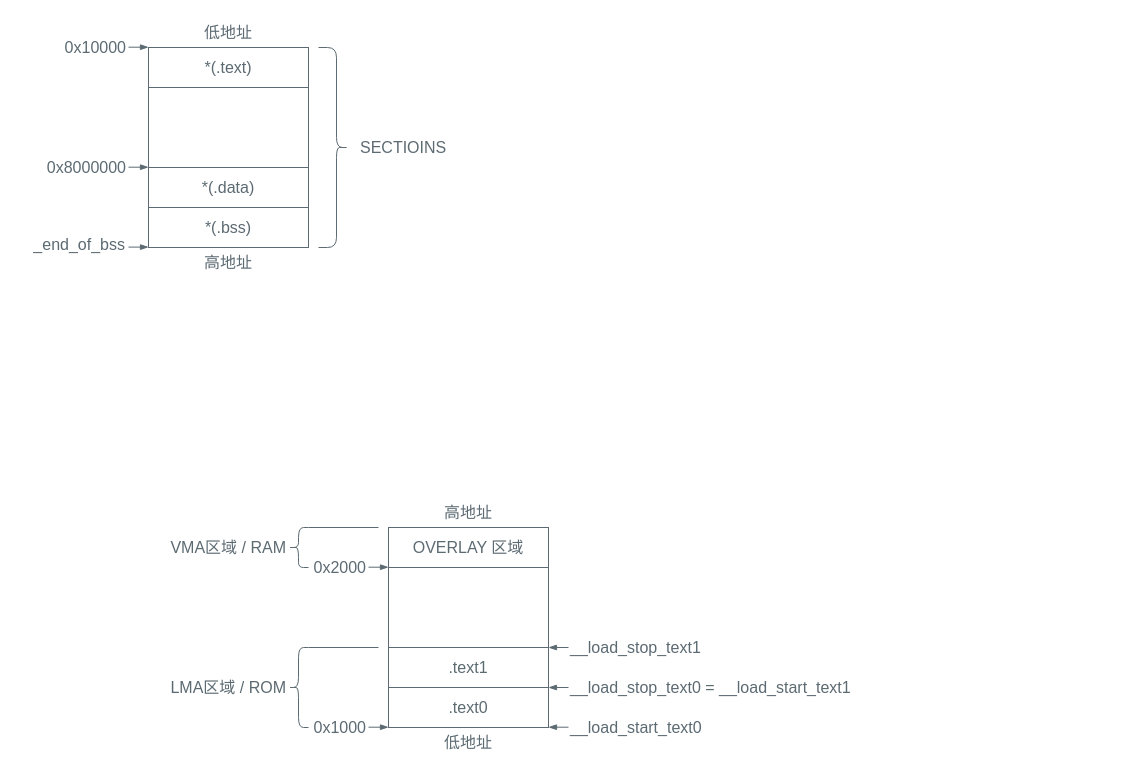
Above: content/posts/ld-linker-scripts/ld-linker-scripts.drawio in kingtuo123/blog (draw.io), before the change. Source tidied: cells renumbered, new cells numbered last; positions are measured from the earlier drawing's top-left corner, leaving out a move shared by most shapes. Both pictures are drawn from the tidied source at 100%, with x=0, y=0 at pixel (17, 17).
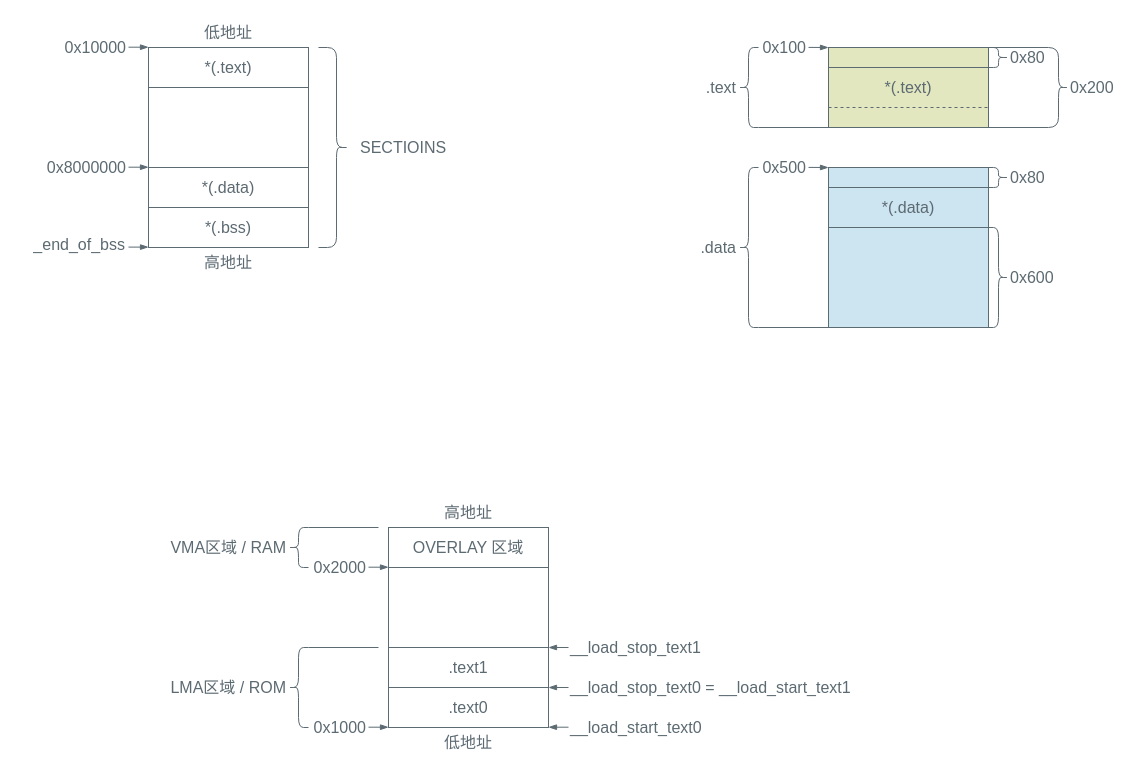
After the change.

Change to the diagram source:
```diff
@@
+    <mxCell id="38" value="&lt;font style=&quot;color: light-dark(rgb(92, 106, 114), rgb(211, 198, 170));&quot;&gt;*(.text)&lt;/font&gt;" style="rounded=0;whiteSpace=wrap;html=1;fillColor=light-dark(#8DA101,#A7C080);strokeColor=light-dark(#5C6A72,#D3C6AA);fontColor=light-dark(#5C6A72,#D3C6AA);fontFamily=LXGW WenKai Mono;fontSize=16;strokeOpacity=100;fillOpacity=25;" parent="1" vertex="1">
+      <mxGeometry x="811" y="30" width="160" height="80" as="geometry" />
+    </mxCell>
+    <mxCell id="39" style="rounded=0;whiteSpace=wrap;html=1;fillColor=light-dark(#3A94C5,#7FBBB3);strokeColor=light-dark(#5C6A72,#D3C6AA);fontColor=light-dark(#5C6A72,#D3C6AA);fontFamily=LXGW WenKai Mono;fontSize=16;fillOpacity=25;" parent="1" vertex="1">
+      <mxGeometry x="811" y="150" width="160" height="160" as="geometry" />
+    </mxCell>
+    <mxCell id="40" style="shape=curlyBracket;whiteSpace=wrap;html=1;rounded=1;flipH=1;labelPosition=right;verticalLabelPosition=middle;align=left;verticalAlign=middle;legacyAnchorPoints=0;fontColor=light-dark(#5C6A72,#D3C6AA);strokeColor=light-dark(#5C6A72,#D3C6AA);fillColor=none;size=0.125;" parent="1" vertex="1">
+      <mxGeometry x="971" y="30" width="80" height="80" as="geometry" />
+    </mxCell>
+    <mxCell id="41" value="&lt;div&gt;&lt;font style=&quot;color: light-dark(rgb(92, 106, 114), rgb(211, 198, 170));&quot;&gt;0x200&amp;nbsp;&lt;/font&gt;&lt;/div&gt;" style="rounded=0;whiteSpace=wrap;html=1;fillColor=none;strokeColor=none;fontColor=light-dark(#5C6A72,#D3C6AA);align=left;fontFamily=LXGW WenKai Mono;fontSize=16;" parent="1" vertex="1">
+      <mxGeometry x="1051" y="55" width="50" height="30" as="geometry" />
+    </mxCell>
+    <mxCell id="42" style="shape=curlyBracket;whiteSpace=wrap;html=1;rounded=1;flipH=1;labelPosition=right;verticalLabelPosition=middle;align=left;verticalAlign=middle;legacyAnchorPoints=0;fontColor=light-dark(#5C6A72,#D3C6AA);strokeColor=light-dark(#5C6A72,#D3C6AA);fillColor=none;size=0.5;" parent="1" vertex="1">
+      <mxGeometry x="971" y="210" width="20" height="100" as="geometry" />
+    </mxCell>
+    <mxCell id="43" value="&lt;div&gt;&lt;font style=&quot;color: light-dark(rgb(92, 106, 114), rgb(211, 198, 170));&quot;&gt;0x600&lt;/font&gt;&lt;/div&gt;" style="rounded=0;whiteSpace=wrap;html=1;fillColor=none;strokeColor=none;fontColor=light-dark(#5C6A72,#D3C6AA);align=left;fontFamily=LXGW WenKai Mono;fontSize=16;" parent="1" vertex="1">
+      <mxGeometry x="991" y="245" width="60" height="30" as="geometry" />
+    </mxCell>
+    <mxCell id="44" style="endArrow=blockThin;html=1;rounded=0;fontColor=light-dark(#5C6A72,#D3C6AA);labelBackgroundColor=none;strokeColor=light-dark(#5C6A72,#D3C6AA);endFill=1;fontFamily=LXGW WenKai Mono;fontSize=16;entryX=0;entryY=0.5;entryDx=0;entryDy=0;" parent="1" edge="1">
+      <mxGeometry relative="1" as="geometry">
+        <mxPoint x="791" y="29.9" as="sourcePoint" />
+        <mxPoint x="811" y="30" as="targetPoint" />
+      </mxGeometry>
+    </mxCell>
+    <mxCell id="45" value="&lt;div&gt;&lt;font style=&quot;color: light-dark(rgb(92, 106, 114), rgb(211, 198, 170));&quot;&gt;0x100&lt;/font&gt;&lt;/div&gt;" style="rounded=0;whiteSpace=wrap;html=1;fillColor=none;strokeColor=none;fontColor=light-dark(#5C6A72,#D3C6AA);align=right;fontFamily=LXGW WenKai Mono;fontSize=16;" parent="1" vertex="1">
+      <mxGeometry x="731" y="15" width="60" height="30" as="geometry" />
+    </mxCell>
+    <mxCell id="46" style="endArrow=blockThin;html=1;rounded=0;fontColor=light-dark(#5C6A72,#D3C6AA);labelBackgroundColor=none;strokeColor=light-dark(#5C6A72,#D3C6AA);endFill=1;fontFamily=LXGW WenKai Mono;fontSize=16;entryX=0;entryY=0.5;entryDx=0;entryDy=0;" parent="1" edge="1">
+      <mxGeometry relative="1" as="geometry">
+        <mxPoint x="791" y="149.9" as="sourcePoint" />
+        <mxPoint x="811" y="150" as="targetPoint" />
+      </mxGeometry>
+    </mxCell>
+    <mxCell id="47" value="&lt;div&gt;&lt;font style=&quot;color: light-dark(rgb(92, 106, 114), rgb(211, 198, 170));&quot;&gt;0x500&lt;/font&gt;&lt;/div&gt;" style="rounded=0;whiteSpace=wrap;html=1;fillColor=none;strokeColor=none;fontColor=light-dark(#5C6A72,#D3C6AA);align=right;fontFamily=LXGW WenKai Mono;fontSize=16;" parent="1" vertex="1">
+      <mxGeometry x="731" y="135" width="60" height="30" as="geometry" />
+    </mxCell>
+    <mxCell id="48" value="&lt;div&gt;&lt;font style=&quot;color: light-dark(rgb(92, 106, 114), rgb(211, 198, 170));&quot;&gt;.text&lt;/font&gt;&lt;/div&gt;" style="rounded=0;whiteSpace=wrap;html=1;fillColor=none;strokeColor=none;fontColor=light-dark(#5C6A72,#D3C6AA);align=right;fontFamily=LXGW WenKai Mono;fontSize=16;" parent="1" vertex="1">
+      <mxGeometry x="671" y="55" width="50" height="30" as="geometry" />
+    </mxCell>
+    <mxCell id="49" style="shape=curlyBracket;whiteSpace=wrap;html=1;rounded=1;labelPosition=left;verticalLabelPosition=middle;align=right;verticalAlign=middle;strokeColor=light-dark(#5C6A72,#D3C6AA);fontFamily=LXGW WenKai Mono;fontSize=16;" parent="1" vertex="1">
+      <mxGeometry x="721" y="30" width="20" height="80" as="geometry" />
+    </mxCell>
+    <mxCell id="50" style="endArrow=none;html=1;rounded=0;fontColor=light-dark(#5C6A72,#D3C6AA);strokeColor=light-dark(#5C6A72,#D3C6AA);fontFamily=LXGW WenKai Mono;fontSize=16;" parent="1" edge="1">
+      <mxGeometry relative="1" as="geometry">
+        <mxPoint x="811" y="110" as="sourcePoint" />
+        <mxPoint x="741" y="110" as="targetPoint" />
+      </mxGeometry>
+    </mxCell>
+    <mxCell id="51" style="shape=curlyBracket;whiteSpace=wrap;html=1;rounded=1;labelPosition=left;verticalLabelPosition=middle;align=right;verticalAlign=middle;strokeColor=light-dark(#5C6A72,#D3C6AA);fontFamily=LXGW WenKai Mono;fontSize=16;" parent="1" vertex="1">
+      <mxGeometry x="721" y="150" width="20" height="160" as="geometry" />
+    </mxCell>
+    <mxCell id="52" style="endArrow=none;html=1;rounded=0;fontColor=light-dark(#5C6A72,#D3C6AA);strokeColor=light-dark(#5C6A72,#D3C6AA);fontFamily=LXGW WenKai Mono;fontSize=16;" parent="1" edge="1">
+      <mxGeometry relative="1" as="geometry">
+        <mxPoint x="811" y="310" as="sourcePoint" />
+        <mxPoint x="741" y="310" as="targetPoint" />
+      </mxGeometry>
+    </mxCell>
+    <mxCell id="53" value="&lt;div&gt;&lt;font style=&quot;color: light-dark(rgb(92, 106, 114), rgb(211, 198, 170));&quot;&gt;.data&lt;/font&gt;&lt;/div&gt;" style="rounded=0;whiteSpace=wrap;html=1;fillColor=none;strokeColor=none;fontColor=light-dark(#5C6A72,#D3C6AA);align=right;fontFamily=LXGW WenKai Mono;fontSize=16;" parent="1" vertex="1">
+      <mxGeometry x="671" y="215" width="50" height="30" as="geometry" />
+    </mxCell>
+    <mxCell id="54" style="shape=curlyBracket;whiteSpace=wrap;html=1;rounded=1;flipH=1;labelPosition=right;verticalLabelPosition=middle;align=left;verticalAlign=middle;legacyAnchorPoints=0;fontColor=light-dark(#5C6A72,#D3C6AA);strokeColor=light-dark(#5C6A72,#D3C6AA);fillColor=none;size=0.5;" parent="1" vertex="1">
+      <mxGeometry x="971" y="150" width="20" height="20" as="geometry" />
+    </mxCell>
+    <mxCell id="55" value="&lt;div&gt;&lt;font style=&quot;color: light-dark(rgb(92, 106, 114), rgb(211, 198, 170));&quot;&gt;0x80&amp;nbsp;&lt;/font&gt;&lt;/div&gt;" style="rounded=0;whiteSpace=wrap;html=1;fillColor=none;strokeColor=none;fontColor=light-dark(#5C6A72,#D3C6AA);align=left;fontFamily=LXGW WenKai Mono;fontSize=16;" parent="1" vertex="1">
+      <mxGeometry x="991" y="145" width="50" height="30" as="geometry" />
+    </mxCell>
+    <mxCell id="56" style="shape=curlyBracket;whiteSpace=wrap;html=1;rounded=1;flipH=1;labelPosition=right;verticalLabelPosition=middle;align=left;verticalAlign=middle;legacyAnchorPoints=0;fontColor=light-dark(#5C6A72,#D3C6AA);strokeColor=light-dark(#5C6A72,#D3C6AA);fillColor=none;size=0.5;" parent="1" vertex="1">
+      <mxGeometry x="971" y="30" width="20" height="20" as="geometry" />
+    </mxCell>
+    <mxCell id="57" value="&lt;div&gt;&lt;font style=&quot;color: light-dark(rgb(92, 106, 114), rgb(211, 198, 170));&quot;&gt;0x80&amp;nbsp;&lt;/font&gt;&lt;/div&gt;" style="rounded=0;whiteSpace=wrap;html=1;fillColor=none;strokeColor=none;fontColor=light-dark(#5C6A72,#D3C6AA);align=left;fontFamily=LXGW WenKai Mono;fontSize=16;" parent="1" vertex="1">
+      <mxGeometry x="991" y="25" width="50" height="30" as="geometry" />
+    </mxCell>
+    <mxCell id="58" style="endArrow=none;html=1;rounded=0;strokeColor=light-dark(#5C6A72,#D3C6AA);exitX=0;exitY=0.25;exitDx=0;exitDy=0;entryX=1;entryY=0.25;entryDx=0;entryDy=0;" parent="1" edge="1" source="38" target="38">
+      <mxGeometry relative="1" as="geometry" />
+    </mxCell>
+    <mxCell id="59" style="endArrow=none;dashed=1;html=1;rounded=0;strokeColor=light-dark(#5C6A72,#D3C6AA);exitX=0;exitY=0.25;exitDx=0;exitDy=0;entryX=1;entryY=0.25;entryDx=0;entryDy=0;" parent="1" edge="1">
+      <mxGeometry relative="1" as="geometry">
+        <mxPoint x="811" y="90" as="sourcePoint" />
+        <mxPoint x="971" y="90" as="targetPoint" />
+      </mxGeometry>
+    </mxCell>
+    <mxCell id="60" value="&lt;font style=&quot;color: light-dark(rgb(92, 106, 114), rgb(211, 198, 170));&quot;&gt;*(.data)&lt;/font&gt;" style="rounded=0;whiteSpace=wrap;html=1;fillColor=none;strokeColor=none;fontColor=light-dark(#5C6A72,#D3C6AA);fontFamily=LXGW WenKai Mono;fontSize=16;fillOpacity=25;" parent="1" vertex="1">
+      <mxGeometry x="811" y="170" width="160" height="40" as="geometry" />
+    </mxCell>
+    <mxCell id="61" style="endArrow=none;html=1;rounded=0;strokeColor=light-dark(#5C6A72,#D3C6AA);exitX=0;exitY=0.25;exitDx=0;exitDy=0;entryX=1;entryY=0.25;entryDx=0;entryDy=0;" parent="1" edge="1">
+      <mxGeometry relative="1" as="geometry">
+        <mxPoint x="811" y="170" as="sourcePoint" />
+        <mxPoint x="971" y="170" as="targetPoint" />
+      </mxGeometry>
+    </mxCell>
+    <mxCell id="62" style="endArrow=none;html=1;rounded=0;strokeColor=light-dark(#5C6A72,#D3C6AA);exitX=0;exitY=0.25;exitDx=0;exitDy=0;entryX=1;entryY=0.25;entryDx=0;entryDy=0;" parent="1" edge="1">
+      <mxGeometry relative="1" as="geometry">
+        <mxPoint x="811" y="210" as="sourcePoint" />
+        <mxPoint x="971" y="210" as="targetPoint" />
+      </mxGeometry>
+    </mxCell>
```
